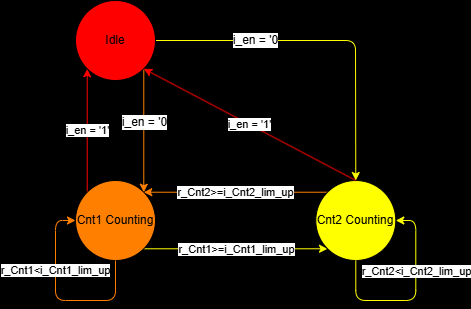
gordonpow/lab_hardware_test keeps this draw.io diagram as 3/img/FSM.png. Above is the earlier version. Source tidied: cells renumbered, new cells last; positions are measured from the earlier drawing's top-left corner, leaving out a move shared by most shapes. Its diagram source:
```xml
<mxGraphModel background="#000000">
  <root>
    <mxCell id="0" />
    <mxCell id="1" parent="0" />
    <mxCell id="2" style="edgeStyle=none;html=1;exitX=1;exitY=1;exitDx=0;exitDy=0;entryX=0;entryY=1;entryDx=0;entryDy=0;fillColor=#f5f5f5;strokeColor=#FFFF00;" parent="1" edge="1" source="5" target="7">
      <mxGeometry relative="1" as="geometry" />
    </mxCell>
    <mxCell id="3" value="r_Cnt1&amp;gt;=i_Cnt1_lim_up" style="edgeLabel;html=1;align=center;verticalAlign=middle;fontColor=#000000;labelBackgroundColor=#FFFFFF;" parent="2" vertex="1">
      <mxGeometry x="-0.29" relative="1" as="geometry">
        <mxPoint x="27" as="offset" />
      </mxGeometry>
    </mxCell>
    <mxCell id="4" value="&lt;span style=&quot;background-color: rgb(255, 255, 255);&quot;&gt;&lt;font color=&quot;#000000&quot;&gt;i_en = '1'&lt;/font&gt;&lt;/span&gt;" style="edgeStyle=none;html=1;exitX=0;exitY=0;exitDx=0;exitDy=0;entryX=0;entryY=1;entryDx=0;entryDy=0;strokeColor=#FF0000;" parent="1" edge="1" source="5" target="12">
      <mxGeometry relative="1" as="geometry" />
    </mxCell>
    <mxCell id="5" value="&lt;span style=&quot;color: rgb(0, 0, 0);&quot;&gt;Cnt1 Counting&lt;/span&gt;" style="ellipse;whiteSpace=wrap;html=1;fillColor=#FF8000;" parent="1" vertex="1">
      <mxGeometry x="20" y="180" width="80" height="80" as="geometry" />
    </mxCell>
    <mxCell id="6" value="&lt;font style=&quot;background-color: rgb(255, 255, 255);&quot; color=&quot;#000000&quot;&gt;r_Cnt2&amp;gt;=i_Cnt2_lim_up&lt;/font&gt;" style="edgeStyle=none;shape=connector;rounded=1;html=1;exitX=0;exitY=0;exitDx=0;exitDy=0;entryX=1;entryY=0;entryDx=0;entryDy=0;labelBackgroundColor=default;strokeColor=#FF8000;fontFamily=Helvetica;fontSize=11;fontColor=#FFFFFF;endArrow=classic;fillColor=#f5f5f5;" parent="1" edge="1" source="7" target="5">
      <mxGeometry relative="1" as="geometry" />
    </mxCell>
    <mxCell id="7" value="&lt;span style=&quot;color: rgb(0, 0, 0);&quot;&gt;Cnt2 Counting&lt;/span&gt;" style="ellipse;whiteSpace=wrap;html=1;fillColor=#FFFF00;" parent="1" vertex="1">
      <mxGeometry x="260.3" y="180" width="80" height="80" as="geometry" />
    </mxCell>
    <mxCell id="8" style="edgeStyle=none;html=1;exitX=1;exitY=1;exitDx=0;exitDy=0;entryX=1;entryY=0;entryDx=0;entryDy=0;fillColor=#f5f5f5;strokeColor=#FF8000;" parent="1" edge="1" source="12" target="5">
      <mxGeometry relative="1" as="geometry" />
    </mxCell>
    <mxCell id="9" value="&lt;span style=&quot;font-size: 12px;&quot;&gt;i_en = '0&lt;/span&gt;" style="edgeLabel;html=1;align=center;verticalAlign=middle;fontColor=#000000;labelBackgroundColor=#FFFFFF;" parent="8" vertex="1">
      <mxGeometry x="-0.14" relative="1" as="geometry" />
    </mxCell>
    <mxCell id="10" style="edgeStyle=none;html=1;exitX=1;exitY=0.5;exitDx=0;exitDy=0;entryX=0.5;entryY=0;entryDx=0;entryDy=0;fillColor=#f5f5f5;strokeColor=#FFFF00;" parent="1" edge="1" source="12" target="7">
      <mxGeometry relative="1" as="geometry">
        <Array as="points">
          <mxPoint x="300" y="40" />
        </Array>
      </mxGeometry>
    </mxCell>
    <mxCell id="11" value="&lt;span style=&quot;font-size: 12px;&quot;&gt;i_en = '0&lt;/span&gt;" style="edgeLabel;html=1;align=center;verticalAlign=middle;fontColor=#000000;labelBackgroundColor=#FFFFFF;" parent="10" vertex="1">
      <mxGeometry x="-0.32" y="-1" relative="1" as="geometry">
        <mxPoint x="-16" y="-1" as="offset" />
      </mxGeometry>
    </mxCell>
    <mxCell id="12" value="&lt;font color=&quot;#000000&quot;&gt;Idle&lt;/font&gt;" style="ellipse;whiteSpace=wrap;html=1;fillColor=#FF0000;" parent="1" vertex="1">
      <mxGeometry x="20" width="80" height="80" as="geometry" />
    </mxCell>
    <mxCell id="13" style="edgeStyle=none;html=1;exitX=0.5;exitY=1;exitDx=0;exitDy=0;entryX=0;entryY=0.5;entryDx=0;entryDy=0;fillColor=#f5f5f5;strokeColor=#FF8000;" parent="1" edge="1" source="5" target="5">
      <mxGeometry relative="1" as="geometry">
        <Array as="points">
          <mxPoint x="60" y="300" />
          <mxPoint y="300" />
          <mxPoint y="220" />
        </Array>
      </mxGeometry>
    </mxCell>
    <mxCell id="14" value="r_Cnt1&amp;lt;i_Cnt1_lim_up" style="edgeLabel;html=1;align=center;verticalAlign=middle;fontColor=#000000;labelBackgroundColor=#FFFFFF;" parent="13" vertex="1">
      <mxGeometry x="-0.46" y="-2" relative="1" as="geometry">
        <mxPoint x="-46" y="-28" as="offset" />
      </mxGeometry>
    </mxCell>
    <mxCell id="15" style="edgeStyle=none;html=1;exitX=0.5;exitY=1;exitDx=0;exitDy=0;entryX=1;entryY=0.5;entryDx=0;entryDy=0;fillColor=#f5f5f5;strokeColor=#FFFF00;" parent="1" edge="1" source="7" target="7">
      <mxGeometry relative="1" as="geometry">
        <Array as="points">
          <mxPoint x="300.3" y="300" />
          <mxPoint x="360.3" y="300" />
          <mxPoint x="360.3" y="220" />
        </Array>
      </mxGeometry>
    </mxCell>
    <mxCell id="16" value="r_Cnt2&amp;lt;i_Cnt2_lim_up" style="edgeLabel;html=1;align=center;verticalAlign=middle;fontColor=#000000;labelBackgroundColor=#FFFFFF;" parent="15" vertex="1">
      <mxGeometry x="0.22" relative="1" as="geometry">
        <mxPoint y="-8" as="offset" />
      </mxGeometry>
    </mxCell>
    <mxCell id="17" value="&lt;span style=&quot;background-color: rgb(255, 255, 255);&quot;&gt;&lt;font color=&quot;#000000&quot;&gt;i_en = '1'&lt;/font&gt;&lt;/span&gt;" style="edgeStyle=none;html=1;exitX=0.5;exitY=0;exitDx=0;exitDy=0;entryX=1;entryY=1;entryDx=0;entryDy=0;strokeColor=#FF0000;" parent="1" edge="1" source="7" target="12">
      <mxGeometry relative="1" as="geometry" />
    </mxCell>
  </root>
</mxGraphModel>
```
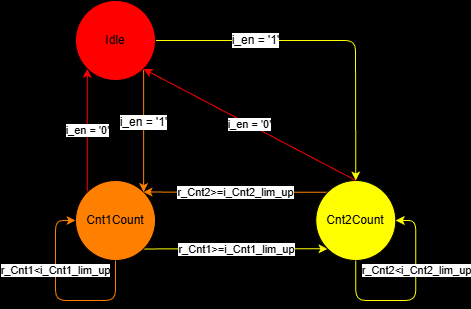
After the commit.

Change to the diagram source:
```diff
@@ -10,22 +10,22 @@
         <mxPoint x="27" as="offset" />
       </mxGeometry>
     </mxCell>
-    <mxCell id="4" value="&lt;span style=&quot;background-color: rgb(255, 255, 255);&quot;&gt;&lt;font color=&quot;#000000&quot;&gt;i_en = '1'&lt;/font&gt;&lt;/span&gt;" style="edgeStyle=none;html=1;exitX=0;exitY=0;exitDx=0;exitDy=0;entryX=0;entryY=1;entryDx=0;entryDy=0;strokeColor=#FF0000;" parent="1" edge="1" source="5" target="12">
+    <mxCell id="4" value="&lt;span style=&quot;background-color: rgb(255, 255, 255);&quot;&gt;&lt;font color=&quot;#000000&quot;&gt;i_en = '0'&lt;/font&gt;&lt;/span&gt;" style="edgeStyle=none;html=1;exitX=0;exitY=0;exitDx=0;exitDy=0;entryX=0;entryY=1;entryDx=0;entryDy=0;strokeColor=#FF0000;" parent="1" edge="1" source="5" target="12">
       <mxGeometry relative="1" as="geometry" />
     </mxCell>
-    <mxCell id="5" value="&lt;span style=&quot;color: rgb(0, 0, 0);&quot;&gt;Cnt1 Counting&lt;/span&gt;" style="ellipse;whiteSpace=wrap;html=1;fillColor=#FF8000;" parent="1" vertex="1">
+    <mxCell id="5" value="&lt;font color=&quot;#000000&quot;&gt;Cnt1Count&lt;/font&gt;" style="ellipse;whiteSpace=wrap;html=1;fillColor=#FF8000;" parent="1" vertex="1">
       <mxGeometry x="20" y="180" width="80" height="80" as="geometry" />
     </mxCell>
     <mxCell id="6" value="&lt;font style=&quot;background-color: rgb(255, 255, 255);&quot; color=&quot;#000000&quot;&gt;r_Cnt2&amp;gt;=i_Cnt2_lim_up&lt;/font&gt;" style="edgeStyle=none;shape=connector;rounded=1;html=1;exitX=0;exitY=0;exitDx=0;exitDy=0;entryX=1;entryY=0;entryDx=0;entryDy=0;labelBackgroundColor=default;strokeColor=#FF8000;fontFamily=Helvetica;fontSize=11;fontColor=#FFFFFF;endArrow=classic;fillColor=#f5f5f5;" parent="1" edge="1" source="7" target="5">
       <mxGeometry relative="1" as="geometry" />
     </mxCell>
-    <mxCell id="7" value="&lt;span style=&quot;color: rgb(0, 0, 0);&quot;&gt;Cnt2 Counting&lt;/span&gt;" style="ellipse;whiteSpace=wrap;html=1;fillColor=#FFFF00;" parent="1" vertex="1">
+    <mxCell id="7" value="&lt;font color=&quot;#000000&quot;&gt;Cnt2Count&lt;/font&gt;" style="ellipse;whiteSpace=wrap;html=1;fillColor=#FFFF00;" parent="1" vertex="1">
       <mxGeometry x="260.3" y="180" width="80" height="80" as="geometry" />
     </mxCell>
     <mxCell id="8" style="edgeStyle=none;html=1;exitX=1;exitY=1;exitDx=0;exitDy=0;entryX=1;entryY=0;entryDx=0;entryDy=0;fillColor=#f5f5f5;strokeColor=#FF8000;" parent="1" edge="1" source="12" target="5">
       <mxGeometry relative="1" as="geometry" />
     </mxCell>
-    <mxCell id="9" value="&lt;span style=&quot;font-size: 12px;&quot;&gt;i_en = '0&lt;/span&gt;" style="edgeLabel;html=1;align=center;verticalAlign=middle;fontColor=#000000;labelBackgroundColor=#FFFFFF;" parent="8" vertex="1">
+    <mxCell id="9" value="&lt;span style=&quot;font-size: 12px;&quot;&gt;i_en = '1'&lt;/span&gt;" style="edgeLabel;html=1;align=center;verticalAlign=middle;fontColor=#000000;labelBackgroundColor=#FFFFFF;" parent="8" vertex="1">
       <mxGeometry x="-0.14" relative="1" as="geometry" />
     </mxCell>
     <mxCell id="10" style="edgeStyle=none;html=1;exitX=1;exitY=0.5;exitDx=0;exitDy=0;entryX=0.5;entryY=0;entryDx=0;entryDy=0;fillColor=#f5f5f5;strokeColor=#FFFF00;" parent="1" edge="1" source="12" target="7">
@@ -35,7 +35,7 @@
         </Array>
       </mxGeometry>
     </mxCell>
-    <mxCell id="11" value="&lt;span style=&quot;font-size: 12px;&quot;&gt;i_en = '0&lt;/span&gt;" style="edgeLabel;html=1;align=center;verticalAlign=middle;fontColor=#000000;labelBackgroundColor=#FFFFFF;" parent="10" vertex="1">
+    <mxCell id="11" value="&lt;span style=&quot;font-size: 12px;&quot;&gt;i_en = '1'&lt;/span&gt;" style="edgeLabel;html=1;align=center;verticalAlign=middle;fontColor=#000000;labelBackgroundColor=#FFFFFF;" parent="10" vertex="1">
       <mxGeometry x="-0.32" y="-1" relative="1" as="geometry">
         <mxPoint x="-16" y="-1" as="offset" />
       </mxGeometry>
@@ -71,7 +71,7 @@
         <mxPoint y="-8" as="offset" />
       </mxGeometry>
     </mxCell>
-    <mxCell id="17" value="&lt;span style=&quot;background-color: rgb(255, 255, 255);&quot;&gt;&lt;font color=&quot;#000000&quot;&gt;i_en = '1'&lt;/font&gt;&lt;/span&gt;" style="edgeStyle=none;html=1;exitX=0.5;exitY=0;exitDx=0;exitDy=0;entryX=1;entryY=1;entryDx=0;entryDy=0;strokeColor=#FF0000;" parent="1" edge="1" source="7" target="12">
+    <mxCell id="17" value="&lt;span style=&quot;background-color: rgb(255, 255, 255);&quot;&gt;&lt;font color=&quot;#000000&quot;&gt;i_en = '0'&lt;/font&gt;&lt;/span&gt;" style="edgeStyle=none;html=1;exitX=0.5;exitY=0;exitDx=0;exitDy=0;entryX=1;entryY=1;entryDx=0;entryDy=0;strokeColor=#FF0000;" parent="1" edge="1" source="7" target="12">
       <mxGeometry relative="1" as="geometry" />
     </mxCell>
   </root>
```
